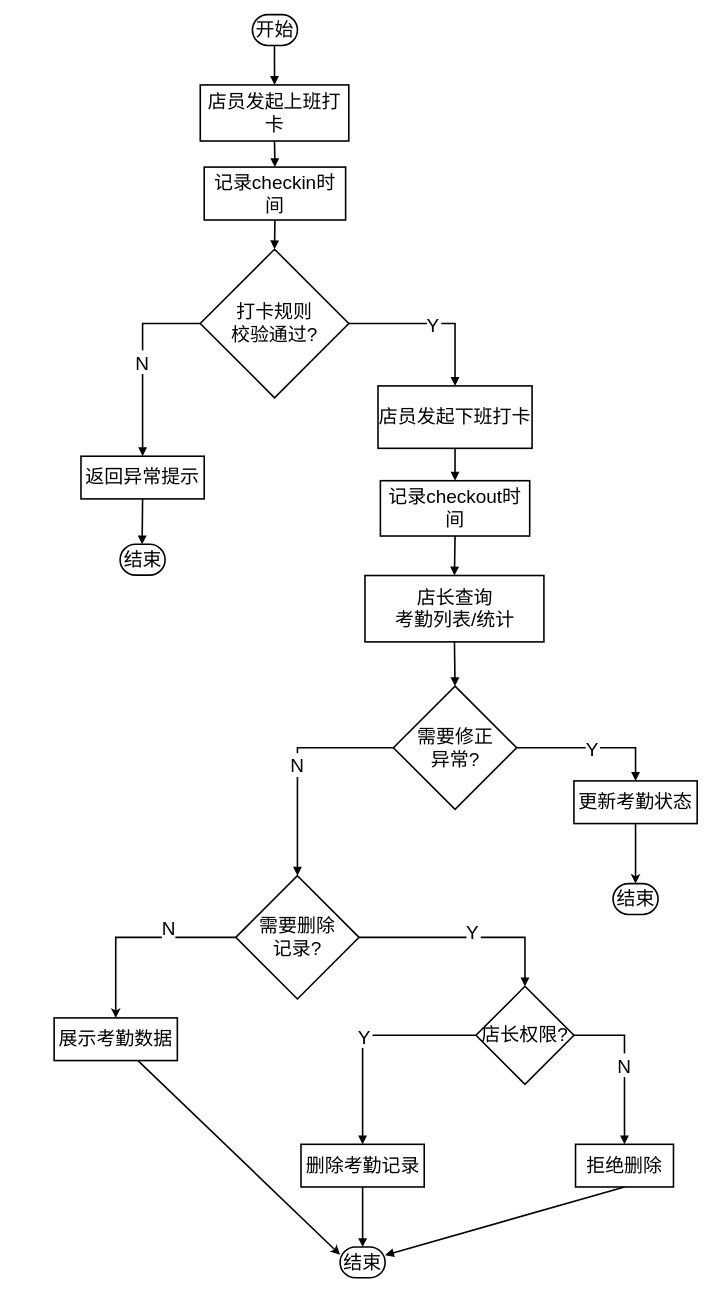
LichCarlos/darwIo keeps this draw.io diagram as 考勤信息管理功能流程图.drawio. Above is the earlier version. Source tidied: cells renumbered, new cells numbered last; positions are measured from the earlier drawing's top-left corner, leaving out a move shared by most shapes. Both pictures are drawn from the tidied source at 79%, with x=0, y=0 at pixel (54, -166).
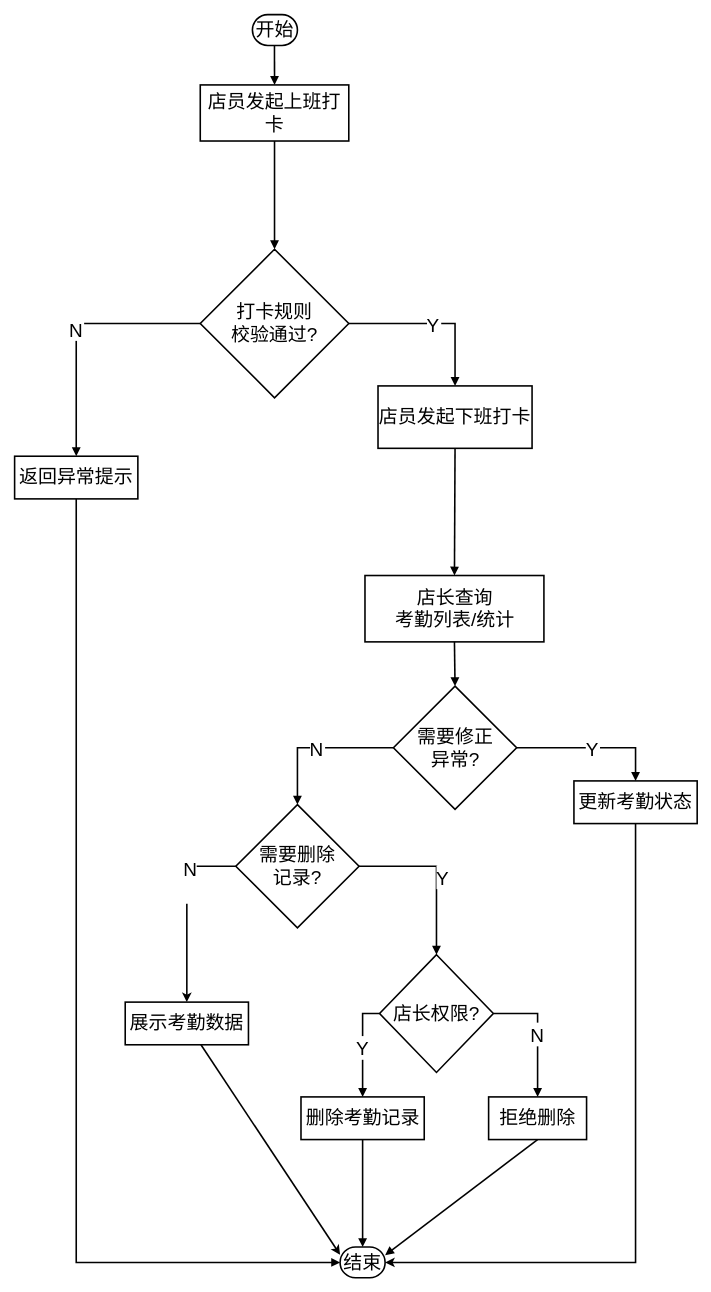
The same page after the edit.

Commit message:
更新考勤信息管理功能流程图.drawio

The change refers to these unchanged cells:
```xml
<mxCell id="6" value="店员发起上班打卡" style="whiteSpace=wrap;strokeWidth=2;fontSize=24;" parent="1" vertex="1">
  <mxGeometry x="185" y="317" width="188" height="71" as="geometry" />
</mxCell>
<mxCell id="8" value="打卡规则&#10;校验通过?" style="rhombus;strokeWidth=2;whiteSpace=wrap;fontSize=24;" parent="1" vertex="1">
  <mxGeometry x="185" y="525" width="188" height="188" as="geometry" />
</mxCell>
<mxCell id="11" value="店员发起下班打卡" style="whiteSpace=wrap;strokeWidth=2;fontSize=24;" parent="1" vertex="1">
  <mxGeometry x="410" y="698" width="195" height="79" as="geometry" />
</mxCell>
<mxCell id="13" value="店长查询&#10;考勤列表/统计" style="whiteSpace=wrap;strokeWidth=2;fontSize=24;" parent="1" vertex="1">
  <mxGeometry x="393.5" y="938" width="226.5" height="84" as="geometry" />
</mxCell>
<mxCell id="16" value="更新考勤状态" style="whiteSpace=wrap;strokeWidth=2;fontSize=24;" parent="1" vertex="1">
  <mxGeometry x="658" y="1198" width="156" height="54" as="geometry" />
</mxCell>
<mxCell id="18" value="结束" style="rounded=1;whiteSpace=wrap;arcSize=50;strokeWidth=2;fontSize=24;" parent="1" vertex="1">
  <mxGeometry x="362" y="1788" width="57" height="39" as="geometry" />
</mxCell>
```

Change to the diagram source:
```diff
@@
-    <mxCell id="7" value="记录checkin时间" style="whiteSpace=wrap;strokeWidth=2;fontSize=24;" parent="1" vertex="1">
-      <mxGeometry x="190" y="421" width="179" height="67" as="geometry" />
-    </mxCell>
@@
     <mxCell id="9" value="返回异常提示" style="whiteSpace=wrap;strokeWidth=2;fontSize=24;" parent="1" vertex="1">
-      <mxGeometry x="34" y="787" width="156" height="54" as="geometry" />
+      <mxGeometry x="-50" y="787" width="156" height="54" as="geometry" />
     </mxCell>
-    <mxCell id="10" value="结束" style="rounded=1;whiteSpace=wrap;arcSize=50;strokeWidth=2;fontSize=24;" parent="1" vertex="1">
-      <mxGeometry x="83.5" y="898.5" width="57" height="39" as="geometry" />
-    </mxCell>
@@
-    <mxCell id="12" value="记录checkout时间" style="whiteSpace=wrap;strokeWidth=2;fontSize=24;" parent="1" vertex="1">
-      <mxGeometry x="413" y="818" width="189" height="70" as="geometry" />
-    </mxCell>
@@
-    <mxCell id="15" style="edgeStyle=orthogonalEdgeStyle;rounded=0;jettySize=auto;html=1;entryX=0.5;entryY=0;entryDx=0;entryDy=0;strokeWidth=2;" parent="1" edge="1" source="16" target="38">
+    <mxCell id="15" style="edgeStyle=orthogonalEdgeStyle;rounded=0;jettySize=auto;html=1;strokeWidth=2;entryX=1;entryY=0.5;entryDx=0;entryDy=0;exitX=0.5;exitY=1;exitDx=0;exitDy=0;" parent="1" edge="1" source="16" target="18">
       <mxGeometry relative="1" as="geometry" />
     </mxCell>
@@
     <mxCell id="17" value="需要删除&#10;记录?" style="rhombus;strokeWidth=2;whiteSpace=wrap;fontSize=24;" parent="1" vertex="1">
-      <mxGeometry x="230" y="1318" width="156" height="156" as="geometry" />
+      <mxGeometry x="230" y="1228" width="156" height="156" as="geometry" />
     </mxCell>
@@
     <mxCell id="19" value="店长权限?" style="rhombus;strokeWidth=2;whiteSpace=wrap;fontSize=24;" parent="1" vertex="1">
-      <mxGeometry x="534" y="1458" width="124" height="124" as="geometry" />
+      <mxGeometry x="412" y="1418" width="144" height="149" as="geometry" />
     </mxCell>
     <mxCell id="20" value="删除考勤记录" style="whiteSpace=wrap;strokeWidth=2;fontSize=24;" parent="1" vertex="1">
-      <mxGeometry x="312.5" y="1658" width="156" height="54" as="geometry" />
+      <mxGeometry x="312.5" y="1598" width="156" height="54" as="geometry" />
     </mxCell>
     <mxCell id="21" value="拒绝删除" style="whiteSpace=wrap;strokeWidth=2;fontSize=24;" parent="1" vertex="1">
-      <mxGeometry x="660" y="1658" width="124" height="54" as="geometry" />
+      <mxGeometry x="550" y="1598" width="124" height="54" as="geometry" />
     </mxCell>
@@
-    <mxCell id="23" style="curved=1;startArrow=none;endArrow=block;strokeWidth=2;exitX=0.5;exitY=1;entryX=0.5;entryY=0;rounded=0;fontSize=24;" parent="1" edge="1" source="6" target="7">
+    <mxCell id="23" style="curved=1;startArrow=none;endArrow=block;strokeWidth=2;exitX=0.5;exitY=1;entryX=0.5;entryY=0;rounded=0;fontSize=24;entryDx=0;entryDy=0;" parent="1" edge="1" source="6" target="8">
       <mxGeometry relative="1" as="geometry" />
     </mxCell>
-    <mxCell id="24" style="curved=1;startArrow=none;endArrow=block;strokeWidth=2;exitX=0.5;exitY=1;entryX=0.5;entryY=0;rounded=0;fontSize=24;" parent="1" edge="1" source="7" target="8">
-      <mxGeometry relative="1" as="geometry" />
-    </mxCell>
@@
-    <mxCell id="26" style="curved=1;startArrow=none;endArrow=block;strokeWidth=2;exitX=0.5;exitY=1;entryX=0.49;entryY=0.01;rounded=0;fontSize=24;" parent="1" edge="1" source="9" target="10">
+    <mxCell id="26" style="startArrow=none;endArrow=block;strokeWidth=2;exitX=0.5;exitY=1;entryX=0;entryY=0.5;rounded=0;fontSize=24;entryDx=0;entryDy=0;edgeStyle=orthogonalEdgeStyle;" parent="1" edge="1" source="9" target="18">
       <mxGeometry relative="1" as="geometry" />
     </mxCell>
@@
-    <mxCell id="28" style="curved=1;startArrow=none;endArrow=block;strokeWidth=2;exitX=0.5;exitY=1;entryX=0.5;entryY=0;rounded=0;fontSize=24;" parent="1" edge="1" source="11" target="12">
+    <mxCell id="28" style="curved=1;startArrow=none;endArrow=block;strokeWidth=2;exitX=0.5;exitY=1;entryX=0.5;entryY=0;rounded=0;fontSize=24;entryDx=0;entryDy=0;" parent="1" edge="1" source="11" target="13">
       <mxGeometry relative="1" as="geometry" />
     </mxCell>
-    <mxCell id="29" style="curved=1;startArrow=none;endArrow=block;strokeWidth=2;exitX=0.5;exitY=1;entryX=0.5;entryY=0;rounded=0;fontSize=24;entryDx=0;entryDy=0;" parent="1" edge="1" source="12" target="13">
-      <mxGeometry relative="1" as="geometry" />
-    </mxCell>
@@
-    <mxCell id="38" value="结束" style="rounded=1;whiteSpace=wrap;arcSize=50;strokeWidth=2;fontSize=24;" parent="1" vertex="1">
-      <mxGeometry x="707.5" y="1328" width="57" height="39" as="geometry" />
-    </mxCell>
@@
     <mxCell id="40" value="展示考勤数据" style="whiteSpace=wrap;strokeWidth=2;fontSize=24;" parent="1" vertex="1">
-      <mxGeometry y="1498" width="156" height="54" as="geometry" />
+      <mxGeometry x="90" y="1478" width="156" height="54" as="geometry" />
     </mxCell>
-    <mxCell id="41" style="edgeStyle=orthogonalEdgeStyle;rounded=0;jettySize=auto;html=1;entryX=0.5;entryY=0;entryDx=0;entryDy=0;fontSize=24;strokeWidth=2;" parent="1" edge="1" source="17" target="40">
+    <mxCell id="41" style="edgeStyle=orthogonalEdgeStyle;rounded=0;jettySize=auto;html=1;entryX=0.5;entryY=0;entryDx=0;entryDy=0;fontSize=24;strokeWidth=2;exitX=0;exitY=0.5;exitDx=0;exitDy=0;" parent="1" edge="1" source="17" target="40">
       <mxGeometry relative="1" as="geometry" />
     </mxCell>
```
